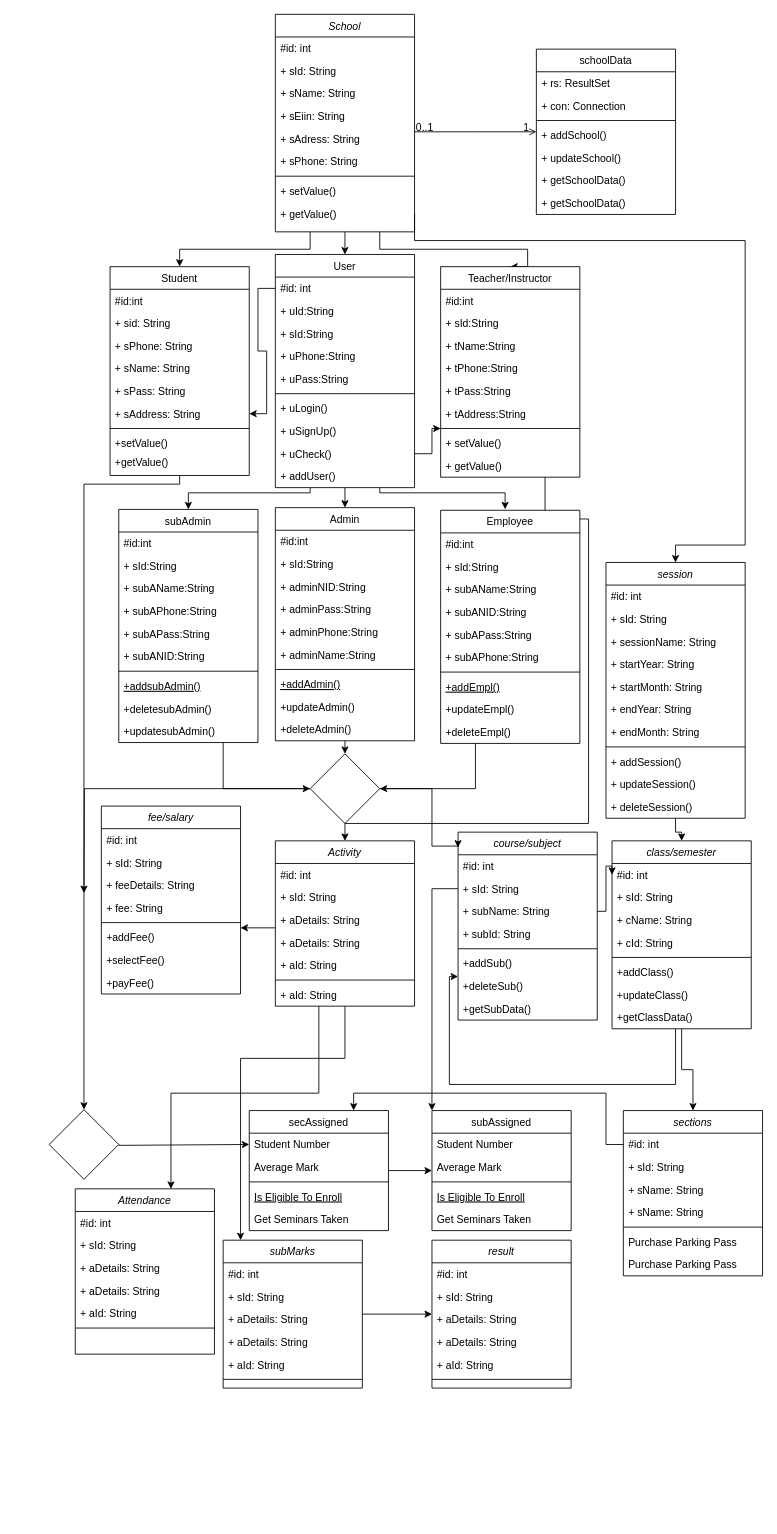
Before: Untitled Diagram.drawio in mffoysal/git-github, a draw.io diagram. Source tidied: cells renumbered, new cells numbered last; positions are measured from the earlier drawing's top-left corner, leaving out a move shared by most shapes. Both pictures are drawn from the tidied source at 87%, with x=0, y=0 at pixel (49, 14).
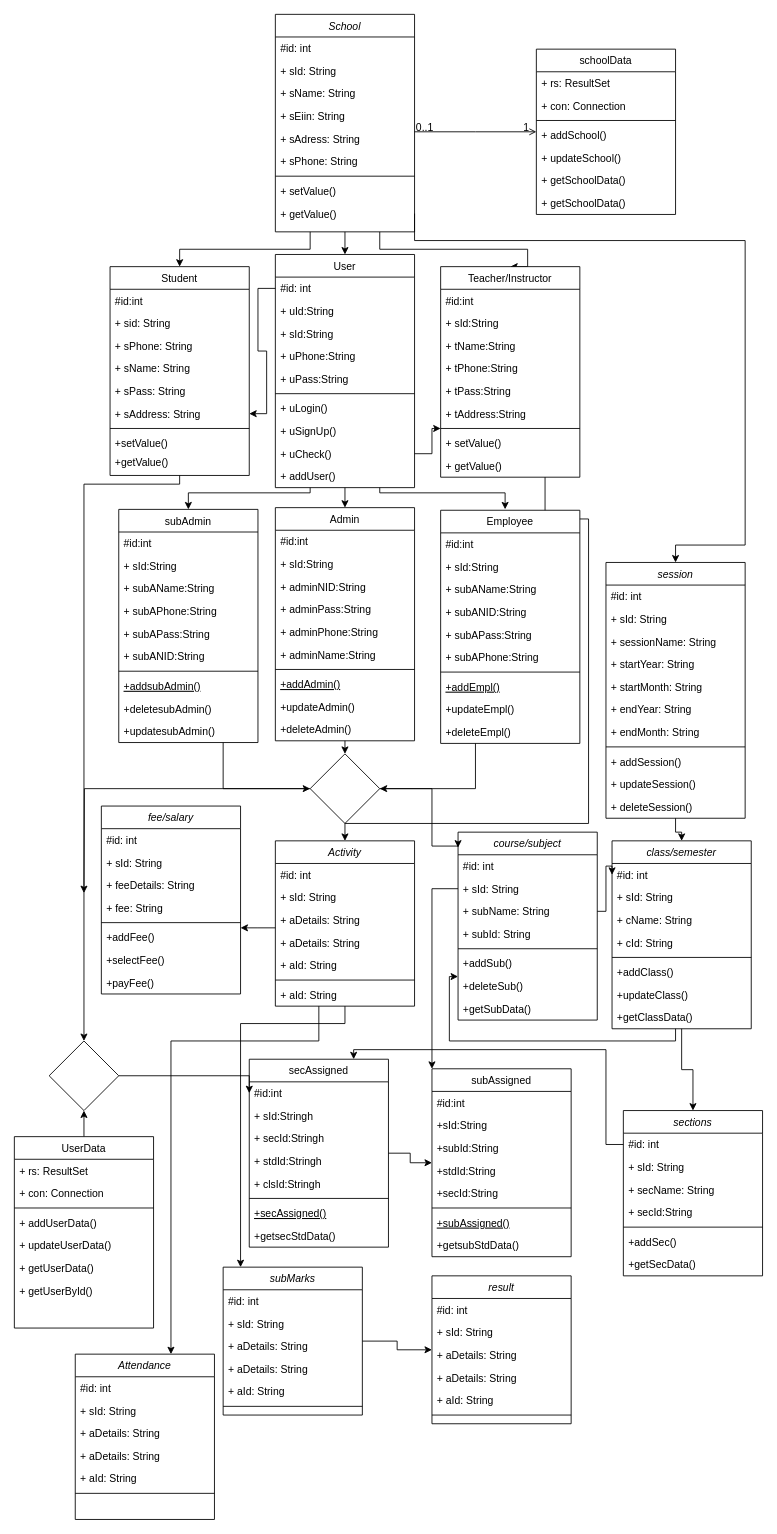
The same diagram, later.

The change refers to these unchanged cells:
```xml
<mxCell id="113" value="class/semester" style="swimlane;fontStyle=2;align=center;verticalAlign=top;horizontal=1;startSize=26;rounded=0;shadow=0;strokeWidth=1;" parent="1" vertex="1">
  <mxGeometry x="647" y="950" width="160" height="216" as="geometry" />
</mxCell>
<mxCell id="122" value="course/subject" style="swimlane;fontStyle=2;align=center;verticalAlign=top;horizontal=1;startSize=26;rounded=0;shadow=0;strokeWidth=1;" parent="1" vertex="1">
  <mxGeometry x="470" y="940" width="160" height="216" as="geometry" />
</mxCell>
<mxCell id="131" value="sections" style="swimlane;fontStyle=2;align=center;verticalAlign=top;horizontal=1;startSize=26;rounded=0;shadow=0;strokeWidth=1;" parent="1" vertex="1">
  <mxGeometry x="660" y="1260" width="160" height="190" as="geometry" />
</mxCell>
<mxCell id="132" value="#id: int&#10;" style="text;align=left;verticalAlign=top;spacingLeft=4;spacingRight=4;overflow=hidden;points=[[0,0.5],[1,0.5]];portConstraint=eastwest;" parent="131" vertex="1">
  <mxGeometry y="26" width="160" height="26" as="geometry" />
</mxCell>
<mxCell id="142" value="Activity" style="swimlane;fontStyle=2;align=center;verticalAlign=top;horizontal=1;startSize=26;rounded=0;shadow=0;strokeWidth=1;" parent="1" vertex="1">
  <mxGeometry x="260" y="950" width="160" height="190" as="geometry" />
</mxCell>
```

What changed in the source:
```diff
@@
     <mxCell id="111" style="edgeStyle=orthogonalEdgeStyle;rounded=0;jettySize=auto;html=1;" parent="1" edge="1" source="113" target="122">
       <mxGeometry relative="1" as="geometry">
         <Array as="points">
-          <mxPoint x="720" y="1230" />
-          <mxPoint x="460" y="1230" />
+          <mxPoint x="720" y="1180" />
+          <mxPoint x="460" y="1180" />
           <mxPoint x="460" y="1106" />
         </Array>
       </mxGeometry>
     </mxCell>
@@
-    <mxCell id="134" value="+ sName: String" style="text;align=left;verticalAlign=top;spacingLeft=4;spacingRight=4;overflow=hidden;rounded=0;shadow=0;html=0;" parent="131" vertex="1">
+    <mxCell id="134" value="+ secName: String" style="text;align=left;verticalAlign=top;spacingLeft=4;spacingRight=4;overflow=hidden;rounded=0;shadow=0;html=0;" parent="131" vertex="1">
       <mxGeometry y="78" width="160" height="26" as="geometry" />
     </mxCell>
-    <mxCell id="135" value="+ sName: String" style="text;align=left;verticalAlign=top;spacingLeft=4;spacingRight=4;overflow=hidden;rounded=0;shadow=0;html=0;" parent="131" vertex="1">
+    <mxCell id="135" value="+ secId:String" style="text;align=left;verticalAlign=top;spacingLeft=4;spacingRight=4;overflow=hidden;rounded=0;shadow=0;html=0;" parent="131" vertex="1">
       <mxGeometry y="104" width="160" height="26" as="geometry" />
     </mxCell>
@@
-    <mxCell id="137" value="Purchase Parking Pass" style="text;align=left;verticalAlign=top;spacingLeft=4;spacingRight=4;overflow=hidden;" parent="131" vertex="1">
+    <mxCell id="137" value="+addSec()" style="text;align=left;verticalAlign=top;spacingLeft=4;spacingRight=4;overflow=hidden;" parent="131" vertex="1">
       <mxGeometry y="138" width="160" height="26" as="geometry" />
     </mxCell>
-    <mxCell id="138" value="Purchase Parking Pass" style="text;align=left;verticalAlign=top;spacingLeft=4;spacingRight=4;overflow=hidden;" parent="131" vertex="1">
+    <mxCell id="138" value="+getSecData()" style="text;align=left;verticalAlign=top;spacingLeft=4;spacingRight=4;overflow=hidden;" parent="131" vertex="1">
       <mxGeometry y="164" width="160" height="26" as="geometry" />
     </mxCell>
@@
     <mxCell id="140" style="edgeStyle=orthogonalEdgeStyle;rounded=0;jettySize=auto;html=1;" parent="1" edge="1" source="142" target="180">
       <mxGeometry relative="1" as="geometry">
         <Array as="points">
-          <mxPoint x="310" y="1240" />
-          <mxPoint x="140" y="1240" />
+          <mxPoint x="310" y="1180" />
+          <mxPoint x="140" y="1180" />
         </Array>
       </mxGeometry>
     </mxCell>
     <mxCell id="141" style="edgeStyle=orthogonalEdgeStyle;rounded=0;jettySize=auto;html=1;" parent="1" edge="1" source="142" target="188">
       <mxGeometry relative="1" as="geometry">
         <Array as="points">
-          <mxPoint x="220" y="1200" />
+          <mxPoint x="340" y="1160" />
+          <mxPoint x="220" y="1160" />
         </Array>
       </mxGeometry>
     </mxCell>
@@
     <mxCell id="151" value="secAssigned" style="swimlane;fontStyle=0;align=center;verticalAlign=top;horizontal=1;startSize=26;rounded=0;shadow=0;strokeWidth=1;" parent="1" vertex="1">
-      <mxGeometry x="230" y="1260" width="160" height="138" as="geometry" />
+      <mxGeometry x="230" y="1201" width="160" height="216" as="geometry" />
     </mxCell>
-    <mxCell id="152" value="Student Number" style="text;align=left;verticalAlign=top;spacingLeft=4;spacingRight=4;overflow=hidden;points=[[0,0.5],[1,0.5]];portConstraint=eastwest;" parent="151" vertex="1">
+    <mxCell id="152" value="#id:int" style="text;align=left;verticalAlign=top;spacingLeft=4;spacingRight=4;overflow=hidden;points=[[0,0.5],[1,0.5]];portConstraint=eastwest;" parent="151" vertex="1">
       <mxGeometry y="26" width="160" height="26" as="geometry" />
     </mxCell>
+    <mxCell id="206" value="+ sId:Stringh" style="text;align=left;verticalAlign=top;spacingLeft=4;spacingRight=4;overflow=hidden;rounded=0;shadow=0;html=0;" parent="151" vertex="1">
+      <mxGeometry y="52" width="160" height="26" as="geometry" />
+    </mxCell>
+    <mxCell id="207" value="+ secId:Stringh" style="text;align=left;verticalAlign=top;spacingLeft=4;spacingRight=4;overflow=hidden;rounded=0;shadow=0;html=0;" parent="151" vertex="1">
+      <mxGeometry y="78" width="160" height="26" as="geometry" />
+    </mxCell>
+    <mxCell id="208" value="+ stdId:Stringh" style="text;align=left;verticalAlign=top;spacingLeft=4;spacingRight=4;overflow=hidden;rounded=0;shadow=0;html=0;" parent="151" vertex="1">
+      <mxGeometry y="104" width="160" height="26" as="geometry" />
+    </mxCell>
-    <mxCell id="153" value="Average Mark" style="text;align=left;verticalAlign=top;spacingLeft=4;spacingRight=4;overflow=hidden;rounded=0;shadow=0;html=0;" parent="151" vertex="1">
-      <mxGeometry y="52" width="160" height="26" as="geometry" />
+    <mxCell id="153" value="+ clsId:Stringh" style="text;align=left;verticalAlign=top;spacingLeft=4;spacingRight=4;overflow=hidden;rounded=0;shadow=0;html=0;" parent="151" vertex="1">
+      <mxGeometry y="130" width="160" height="26" as="geometry" />
     </mxCell>
     <mxCell id="154" style="line;html=1;strokeWidth=1;align=left;verticalAlign=middle;spacingTop=-1;spacingLeft=3;spacingRight=3;labelPosition=right;" parent="151" vertex="1">
-      <mxGeometry y="78" width="160" height="8" as="geometry" />
+      <mxGeometry y="156" width="160" height="8" as="geometry" />
     </mxCell>
-    <mxCell id="155" value="Is Eligible To Enroll" style="text;align=left;verticalAlign=top;spacingLeft=4;spacingRight=4;overflow=hidden;fontStyle=4;" parent="151" vertex="1">
-      <mxGeometry y="86" width="160" height="26" as="geometry" />
+    <mxCell id="155" value="+secAssigned()" style="text;align=left;verticalAlign=top;spacingLeft=4;spacingRight=4;overflow=hidden;fontStyle=4;" parent="151" vertex="1">
+      <mxGeometry y="164" width="160" height="26" as="geometry" />
     </mxCell>
-    <mxCell id="156" value="Get Seminars Taken" style="text;align=left;verticalAlign=top;spacingLeft=4;spacingRight=4;overflow=hidden;" parent="151" vertex="1">
-      <mxGeometry y="112" width="160" height="26" as="geometry" />
+    <mxCell id="156" value="+getsecStdData()" style="text;align=left;verticalAlign=top;spacingLeft=4;spacingRight=4;overflow=hidden;" parent="151" vertex="1">
+      <mxGeometry y="190" width="160" height="26" as="geometry" />
     </mxCell>
     <mxCell id="157" value="subAssigned" style="swimlane;fontStyle=0;align=center;verticalAlign=top;horizontal=1;startSize=26;rounded=0;shadow=0;strokeWidth=1;" parent="1" vertex="1">
-      <mxGeometry x="440" y="1260" width="160" height="138" as="geometry" />
+      <mxGeometry x="440" y="1212" width="160" height="216" as="geometry" />
     </mxCell>
-    <mxCell id="158" value="Student Number" style="text;align=left;verticalAlign=top;spacingLeft=4;spacingRight=4;overflow=hidden;" parent="157" vertex="1">
+    <mxCell id="158" value="#id:int" style="text;align=left;verticalAlign=top;spacingLeft=4;spacingRight=4;overflow=hidden;" parent="157" vertex="1">
       <mxGeometry y="26" width="160" height="26" as="geometry" />
     </mxCell>
+    <mxCell id="209" value="+sId:String" style="text;align=left;verticalAlign=top;spacingLeft=4;spacingRight=4;overflow=hidden;rounded=0;shadow=0;html=0;" parent="157" vertex="1">
+      <mxGeometry y="52" width="160" height="26" as="geometry" />
+    </mxCell>
-    <mxCell id="159" value="Average Mark" style="text;align=left;verticalAlign=top;spacingLeft=4;spacingRight=4;overflow=hidden;rounded=0;shadow=0;html=0;" parent="157" vertex="1">
-      <mxGeometry y="52" width="160" height="26" as="geometry" />
+    <mxCell id="159" value="+subId:String" style="text;align=left;verticalAlign=top;spacingLeft=4;spacingRight=4;overflow=hidden;rounded=0;shadow=0;html=0;" parent="157" vertex="1">
+      <mxGeometry y="78" width="160" height="26" as="geometry" />
     </mxCell>
+    <mxCell id="210" value="+stdId:String" style="text;align=left;verticalAlign=top;spacingLeft=4;spacingRight=4;overflow=hidden;rounded=0;shadow=0;html=0;" parent="157" vertex="1">
+      <mxGeometry y="104" width="160" height="26" as="geometry" />
+    </mxCell>
+    <mxCell id="211" value="+secId:String" style="text;align=left;verticalAlign=top;spacingLeft=4;spacingRight=4;overflow=hidden;rounded=0;shadow=0;html=0;" parent="157" vertex="1">
+      <mxGeometry y="130" width="160" height="26" as="geometry" />
+    </mxCell>
     <mxCell id="160" style="line;html=1;strokeWidth=1;align=left;verticalAlign=middle;spacingTop=-1;spacingLeft=3;spacingRight=3;labelPosition=right;" parent="157" vertex="1">
-      <mxGeometry y="78" width="160" height="8" as="geometry" />
+      <mxGeometry y="156" width="160" height="8" as="geometry" />
     </mxCell>
-    <mxCell id="161" value="Is Eligible To Enroll" style="text;align=left;verticalAlign=top;spacingLeft=4;spacingRight=4;overflow=hidden;fontStyle=4;" parent="157" vertex="1">
-      <mxGeometry y="86" width="160" height="26" as="geometry" />
+    <mxCell id="161" value="+subAssigned()" style="text;align=left;verticalAlign=top;spacingLeft=4;spacingRight=4;overflow=hidden;fontStyle=4;" parent="157" vertex="1">
+      <mxGeometry y="164" width="160" height="26" as="geometry" />
     </mxCell>
-    <mxCell id="162" value="Get Seminars Taken" style="text;align=left;verticalAlign=top;spacingLeft=4;spacingRight=4;overflow=hidden;" parent="157" vertex="1">
-      <mxGeometry y="112" width="160" height="26" as="geometry" />
+    <mxCell id="162" value="+getsubStdData()" style="text;align=left;verticalAlign=top;spacingLeft=4;spacingRight=4;overflow=hidden;" parent="157" vertex="1">
+      <mxGeometry y="190" width="160" height="26" as="geometry" />
     </mxCell>
@@
     <mxCell id="164" style="edgeStyle=orthogonalEdgeStyle;rounded=0;jettySize=auto;html=1;exitX=0;exitY=0.5;exitDx=0;exitDy=0;entryX=0.75;entryY=0;entryDx=0;entryDy=0;" parent="1" edge="1" source="132" target="151">
       <mxGeometry relative="1" as="geometry">
         <Array as="points">
-          <mxPoint x="640" y="1240" />
-          <mxPoint x="350" y="1240" />
+          <mxPoint x="640" y="1299" />
+          <mxPoint x="640" y="1190" />
+          <mxPoint x="350" y="1190" />
         </Array>
       </mxGeometry>
     </mxCell>
     <mxCell id="165" style="edgeStyle=orthogonalEdgeStyle;rounded=0;jettySize=auto;html=1;exitX=0.5;exitY=0;exitDx=0;exitDy=0;entryX=0;entryY=0.5;entryDx=0;entryDy=0;" parent="1" edge="1" source="166" target="152">
       <mxGeometry relative="1" as="geometry">
         <Array as="points">
-          <mxPoint x="80" y="1300" />
+          <mxPoint x="230" y="1220" />
         </Array>
       </mxGeometry>
     </mxCell>
     <mxCell id="166" style="rhombus;whiteSpace=wrap;html=1;verticalAlign=top;fontStyle=0;startSize=26;rounded=0;shadow=0;strokeWidth=1;direction=south;" parent="1" vertex="1">
-      <mxGeometry y="1259" width="80" height="80" as="geometry" />
+      <mxGeometry y="1180" width="80" height="80" as="geometry" />
     </mxCell>
@@
     <mxCell id="180" value="Attendance" style="swimlane;fontStyle=2;align=center;verticalAlign=top;horizontal=1;startSize=26;rounded=0;shadow=0;strokeWidth=1;" parent="1" vertex="1">
-      <mxGeometry x="30" y="1350" width="160" height="190" as="geometry" />
+      <mxGeometry x="30" y="1540" width="160" height="190" as="geometry" />
     </mxCell>
@@
     <mxCell id="188" value="subMarks" style="swimlane;fontStyle=2;align=center;verticalAlign=top;horizontal=1;startSize=26;rounded=0;shadow=0;strokeWidth=1;" parent="1" vertex="1">
-      <mxGeometry x="200" y="1409" width="160" height="170" as="geometry" />
+      <mxGeometry x="200" y="1440" width="160" height="170" as="geometry" />
     </mxCell>
@@
     <mxCell id="195" value="result" style="swimlane;fontStyle=2;align=center;verticalAlign=top;horizontal=1;startSize=26;rounded=0;shadow=0;strokeWidth=1;" parent="1" vertex="1">
-      <mxGeometry x="440" y="1409" width="160" height="170" as="geometry" />
+      <mxGeometry x="440" y="1450" width="160" height="170" as="geometry" />
     </mxCell>
@@
+    <mxCell id="212" style="edgeStyle=orthogonalEdgeStyle;rounded=0;jettySize=auto;html=1;exitX=0.5;exitY=0;exitDx=0;exitDy=0;entryX=1;entryY=0.5;entryDx=0;entryDy=0;" parent="1" edge="1" source="213" target="166">
+      <mxGeometry relative="1" as="geometry" />
+    </mxCell>
+    <mxCell id="213" value="UserData" style="swimlane;fontStyle=0;align=center;verticalAlign=top;horizontal=1;startSize=26;rounded=0;shadow=0;strokeWidth=1;" parent="1" vertex="1">
+      <mxGeometry x="-40" y="1290" width="160" height="220" as="geometry" />
+    </mxCell>
+    <mxCell id="214" value="+ rs: ResultSet" style="text;align=left;verticalAlign=top;spacingLeft=4;spacingRight=4;overflow=hidden;rounded=0;shadow=0;html=0;" parent="213" vertex="1">
+      <mxGeometry y="26" width="160" height="26" as="geometry" />
+    </mxCell>
+    <mxCell id="215" value="+ con: Connection" style="text;align=left;verticalAlign=top;spacingLeft=4;spacingRight=4;overflow=hidden;rounded=0;shadow=0;html=0;" parent="213" vertex="1">
+      <mxGeometry y="52" width="160" height="26" as="geometry" />
+    </mxCell>
+    <mxCell id="216" style="line;html=1;strokeWidth=1;align=left;verticalAlign=middle;spacingTop=-1;spacingLeft=3;spacingRight=3;labelPosition=right;" parent="213" vertex="1">
+      <mxGeometry y="78" width="160" height="8" as="geometry" />
+    </mxCell>
+    <mxCell id="217" value="+ addUserData()" style="text;align=left;verticalAlign=top;spacingLeft=4;spacingRight=4;overflow=hidden;" parent="213" vertex="1">
+      <mxGeometry y="86" width="160" height="26" as="geometry" />
+    </mxCell>
+    <mxCell id="218" value="+ updateUserData()" style="text;align=left;verticalAlign=top;spacingLeft=4;spacingRight=4;overflow=hidden;" parent="213" vertex="1">
+      <mxGeometry y="112" width="160" height="26" as="geometry" />
+    </mxCell>
+    <mxCell id="219" value="+ getUserData()" style="text;align=left;verticalAlign=top;spacingLeft=4;spacingRight=4;overflow=hidden;" parent="213" vertex="1">
+      <mxGeometry y="138" width="160" height="26" as="geometry" />
+    </mxCell>
+    <mxCell id="220" value="+ getUserById()" style="text;align=left;verticalAlign=top;spacingLeft=4;spacingRight=4;overflow=hidden;" parent="213" vertex="1">
+      <mxGeometry y="164" width="160" height="26" as="geometry" />
+    </mxCell>
```
